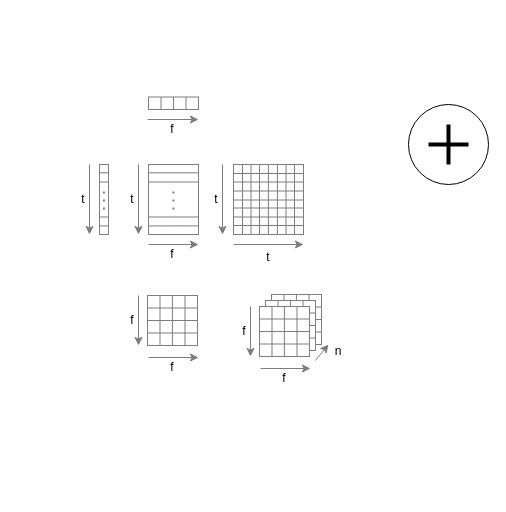
The draw.io diagram page "Base Figures" (1 of 4) of attention.drawio in OleguerCanal/diagrams, before the edit. Source tidied: cells renumbered, new cells numbered last; positions are measured from the earlier drawing's top-left corner, leaving out a move shared by most shapes. Both pictures are drawn from the tidied source at 100%, with x=0, y=0 at pixel (78, 96).
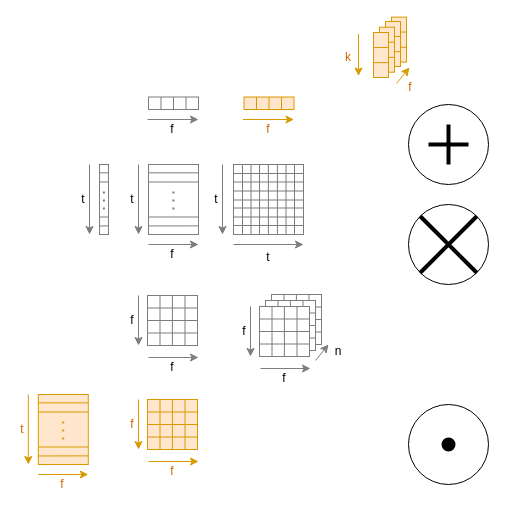
Above is the later version.

Change to the diagram source:
```diff
@@
+    <mxCell id="86" style="rounded=0;whiteSpace=wrap;html=1;strokeColor=#d79b00;fillColor=#ffe6cc;rotation=-90;" parent="1" vertex="1">
+      <mxGeometry x="298" y="-64.4" width="45" height="15" as="geometry" />
+    </mxCell>
+    <mxCell id="87" style="endArrow=none;html=1;rounded=0;entryX=0.33;entryY=0.021;entryDx=0;entryDy=0;strokeColor=#d79b00;fillColor=#ffe6cc;entryPerimeter=0;exitX=0.33;exitY=1.005;exitDx=0;exitDy=0;exitPerimeter=0;" parent="1" edge="1" source="86" target="86">
+      <mxGeometry relative="1" as="geometry" />
+    </mxCell>
+    <mxCell id="88" style="endArrow=none;html=1;rounded=0;strokeColor=#d79b00;fillColor=#ffe6cc;exitX=0.665;exitY=0.025;exitDx=0;exitDy=0;exitPerimeter=0;entryX=0.668;entryY=1.027;entryDx=0;entryDy=0;entryPerimeter=0;" parent="1" edge="1" source="86" target="86">
+      <mxGeometry relative="1" as="geometry" />
+    </mxCell>
+    <mxCell id="89" style="rounded=0;whiteSpace=wrap;html=1;strokeColor=#d79b00;fillColor=#ffe6cc;rotation=-90;" parent="1" vertex="1">
+      <mxGeometry x="292" y="-60" width="45" height="15" as="geometry" />
+    </mxCell>
+    <mxCell id="90" style="endArrow=none;html=1;rounded=0;entryX=0.33;entryY=0.021;entryDx=0;entryDy=0;strokeColor=#d79b00;fillColor=#ffe6cc;entryPerimeter=0;exitX=0.33;exitY=1.005;exitDx=0;exitDy=0;exitPerimeter=0;" parent="1" edge="1" source="89" target="89">
+      <mxGeometry relative="1" as="geometry" />
+    </mxCell>
+    <mxCell id="91" style="endArrow=none;html=1;rounded=0;strokeColor=#d79b00;fillColor=#ffe6cc;exitX=0.665;exitY=0.025;exitDx=0;exitDy=0;exitPerimeter=0;entryX=0.668;entryY=1.027;entryDx=0;entryDy=0;entryPerimeter=0;" parent="1" edge="1" source="89" target="89">
+      <mxGeometry relative="1" as="geometry" />
+    </mxCell>
+    <mxCell id="92" style="rounded=0;whiteSpace=wrap;html=1;strokeColor=#d79b00;fillColor=#ffe6cc;rotation=-90;" parent="1" vertex="1">
+      <mxGeometry x="286" y="-54.3" width="45" height="15" as="geometry" />
+    </mxCell>
+    <mxCell id="93" style="endArrow=none;html=1;rounded=0;entryX=0.33;entryY=0.021;entryDx=0;entryDy=0;strokeColor=#d79b00;fillColor=#ffe6cc;entryPerimeter=0;exitX=0.33;exitY=1.005;exitDx=0;exitDy=0;exitPerimeter=0;" parent="1" edge="1" source="92" target="92">
+      <mxGeometry relative="1" as="geometry" />
+    </mxCell>
+    <mxCell id="94" style="endArrow=none;html=1;rounded=0;strokeColor=#d79b00;fillColor=#ffe6cc;exitX=0.665;exitY=0.025;exitDx=0;exitDy=0;exitPerimeter=0;entryX=0.668;entryY=1.027;entryDx=0;entryDy=0;entryPerimeter=0;" parent="1" edge="1" source="92" target="92">
+      <mxGeometry relative="1" as="geometry" />
+    </mxCell>
@@
+    <mxCell id="95" style="ellipse;whiteSpace=wrap;html=1;fontColor=#004C99;" parent="1" vertex="1">
+      <mxGeometry x="330" y="108" width="80" height="80" as="geometry" />
+    </mxCell>
+    <mxCell id="96" style="endArrow=none;html=1;rounded=0;fontColor=#004C99;strokeWidth=4;entryX=1;entryY=0;entryDx=0;entryDy=0;exitX=0;exitY=1;exitDx=0;exitDy=0;" parent="1" edge="1" source="95" target="95">
+      <mxGeometry relative="1" as="geometry" />
+    </mxCell>
+    <mxCell id="97" style="endArrow=none;html=1;rounded=0;fontColor=#004C99;strokeWidth=4;exitX=0;exitY=0;exitDx=0;exitDy=0;entryX=1;entryY=1;entryDx=0;entryDy=0;" parent="1" edge="1" source="95" target="95">
+      <mxGeometry relative="1" as="geometry" />
+    </mxCell>
+    <mxCell id="98" style="ellipse;whiteSpace=wrap;html=1;fontColor=#004C99;" parent="1" vertex="1">
+      <mxGeometry x="330" y="308" width="80" height="80" as="geometry" />
+    </mxCell>
+    <mxCell id="99" style="ellipse;whiteSpace=wrap;html=1;rounded=1;shadow=0;glass=0;labelBackgroundColor=none;sketch=0;fontColor=#333333;fillColor=#000000;strokeWidth=4;" parent="1" vertex="1">
+      <mxGeometry x="365" y="343" width="10" height="10" as="geometry" />
+    </mxCell>
+    <mxCell id="100" style="rounded=0;whiteSpace=wrap;html=1;strokeColor=#d79b00;fillColor=#ffe6cc;" parent="1" vertex="1">
+      <mxGeometry x="165.5" y="0.5" width="50" height="12.5" as="geometry" />
+    </mxCell>
+    <mxCell id="101" style="endArrow=classic;html=1;rounded=0;strokeColor=#d79b00;fillColor=#ffe6cc;" parent="1" edge="1">
+      <mxGeometry relative="1" as="geometry">
+        <mxPoint x="164.5" y="23" as="sourcePoint" />
+        <mxPoint x="215.5" y="23" as="targetPoint" />
+      </mxGeometry>
+    </mxCell>
+    <mxCell id="102" value="f" style="text;html=1;strokeColor=none;fillColor=none;align=center;verticalAlign=middle;whiteSpace=wrap;rounded=0;fontColor=#CC6600;" parent="1" vertex="1">
+      <mxGeometry x="184.5" y="23" width="10" height="20" as="geometry" />
+    </mxCell>
+    <mxCell id="103" style="endArrow=none;html=1;rounded=0;entryX=0.25;entryY=1;entryDx=0;entryDy=0;exitX=0.25;exitY=0;exitDx=0;exitDy=0;strokeColor=#d79b00;fillColor=#ffe6cc;" parent="1" edge="1" source="100" target="100">
+      <mxGeometry relative="1" as="geometry" />
+    </mxCell>
+    <mxCell id="104" style="endArrow=none;html=1;rounded=0;entryX=0.5;entryY=1;entryDx=0;entryDy=0;strokeColor=#d79b00;exitX=0.5;exitY=0;exitDx=0;exitDy=0;fillColor=#ffe6cc;" parent="1" edge="1" source="100" target="100">
+      <mxGeometry relative="1" as="geometry" />
+    </mxCell>
+    <mxCell id="105" style="endArrow=none;html=1;rounded=0;entryX=0.75;entryY=1;entryDx=0;entryDy=0;exitX=0.75;exitY=0;exitDx=0;exitDy=0;strokeColor=#d79b00;fillColor=#ffe6cc;" parent="1" edge="1" source="100" target="100">
+      <mxGeometry relative="1" as="geometry" />
+    </mxCell>
+    <mxCell id="106" style="rounded=0;whiteSpace=wrap;html=1;strokeColor=#d79b00;fillColor=#ffe6cc;" parent="1" vertex="1">
+      <mxGeometry x="69" y="303" width="50" height="50" as="geometry" />
+    </mxCell>
+    <mxCell id="107" style="endArrow=classic;html=1;rounded=0;strokeColor=#d79b00;fillColor=#ffe6cc;" parent="1" edge="1">
+      <mxGeometry relative="1" as="geometry">
+        <mxPoint x="70" y="365" as="sourcePoint" />
+        <mxPoint x="120" y="365" as="targetPoint" />
+      </mxGeometry>
+    </mxCell>
+    <mxCell id="108" value="f" style="text;html=1;strokeColor=none;fillColor=none;align=center;verticalAlign=middle;whiteSpace=wrap;rounded=0;fontColor=#CC6600;" parent="1" vertex="1">
+      <mxGeometry x="89" y="365" width="10" height="20" as="geometry" />
+    </mxCell>
+    <mxCell id="109" style="endArrow=none;html=1;rounded=0;entryX=1;entryY=0.5;entryDx=0;entryDy=0;exitX=0;exitY=0.5;exitDx=0;exitDy=0;strokeColor=#d79b00;fillColor=#ffe6cc;" parent="1" edge="1" source="106" target="106">
+      <mxGeometry relative="1" as="geometry" />
+    </mxCell>
+    <mxCell id="110" style="endArrow=none;html=1;rounded=0;entryX=1;entryY=0.75;entryDx=0;entryDy=0;exitX=0;exitY=0.75;exitDx=0;exitDy=0;strokeColor=#d79b00;fillColor=#ffe6cc;" parent="1" edge="1" source="106" target="106">
+      <mxGeometry relative="1" as="geometry" />
+    </mxCell>
+    <mxCell id="111" style="endArrow=none;html=1;rounded=0;entryX=1;entryY=0.25;entryDx=0;entryDy=0;exitX=0;exitY=0.25;exitDx=0;exitDy=0;strokeColor=#d79b00;fillColor=#ffe6cc;" parent="1" edge="1" source="106" target="106">
+      <mxGeometry relative="1" as="geometry" />
+    </mxCell>
+    <mxCell id="112" style="endArrow=none;html=1;rounded=0;entryX=0.25;entryY=1;entryDx=0;entryDy=0;exitX=0.25;exitY=0;exitDx=0;exitDy=0;strokeColor=#d79b00;fillColor=#ffe6cc;" parent="1" edge="1" source="106" target="106">
+      <mxGeometry relative="1" as="geometry" />
+    </mxCell>
+    <mxCell id="113" style="endArrow=none;html=1;rounded=0;entryX=0.25;entryY=1;entryDx=0;entryDy=0;exitX=0.25;exitY=0;exitDx=0;exitDy=0;strokeColor=#d79b00;fillColor=#ffe6cc;" parent="1" edge="1">
+      <mxGeometry relative="1" as="geometry">
+        <mxPoint x="93.9" y="303" as="sourcePoint" />
+        <mxPoint x="93.9" y="353" as="targetPoint" />
+      </mxGeometry>
+    </mxCell>
+    <mxCell id="114" style="endArrow=none;html=1;rounded=0;entryX=0.75;entryY=1;entryDx=0;entryDy=0;exitX=0.75;exitY=0;exitDx=0;exitDy=0;strokeColor=#d79b00;fillColor=#ffe6cc;" parent="1" edge="1" source="106" target="106">
+      <mxGeometry relative="1" as="geometry" />
+    </mxCell>
+    <mxCell id="115" value="f" style="text;html=1;strokeColor=none;fillColor=none;align=center;verticalAlign=middle;whiteSpace=wrap;rounded=0;fontColor=#CC6600;" parent="1" vertex="1">
+      <mxGeometry x="49" y="318" width="10" height="20" as="geometry" />
+    </mxCell>
+    <mxCell id="116" style="endArrow=classic;html=1;rounded=0;strokeColor=#d79b00;fillColor=#ffe6cc;" parent="1" edge="1">
+      <mxGeometry relative="1" as="geometry">
+        <mxPoint x="60" y="303" as="sourcePoint" />
+        <mxPoint x="60" y="353" as="targetPoint" />
+      </mxGeometry>
+    </mxCell>
+    <mxCell id="117" style="rounded=0;whiteSpace=wrap;html=1;strokeColor=#d79b00;fillColor=#ffe6cc;" parent="1" vertex="1">
+      <mxGeometry x="-40.2" y="298" width="50" height="70" as="geometry" />
+    </mxCell>
+    <mxCell id="118" style="endArrow=none;html=1;rounded=0;entryX=1;entryY=0.25;entryDx=0;entryDy=0;exitX=0;exitY=0.25;exitDx=0;exitDy=0;strokeColor=#d79b00;fillColor=#ffe6cc;" parent="1" edge="1" source="117" target="117">
+      <mxGeometry relative="1" as="geometry" />
+    </mxCell>
+    <mxCell id="119" style="endArrow=none;html=1;rounded=0;entryX=1;entryY=0.75;entryDx=0;entryDy=0;exitX=0;exitY=0.75;exitDx=0;exitDy=0;strokeColor=#d79b00;fillColor=#ffe6cc;" parent="1" edge="1" source="117" target="117">
+      <mxGeometry relative="1" as="geometry" />
+    </mxCell>
+    <mxCell id="120" style="endArrow=none;html=1;rounded=0;exitX=-0.002;exitY=0.119;exitDx=0;exitDy=0;exitPerimeter=0;entryX=1.005;entryY=0.119;entryDx=0;entryDy=0;entryPerimeter=0;strokeColor=#d79b00;fillColor=#ffe6cc;" parent="1" edge="1" source="117" target="117">
+      <mxGeometry relative="1" as="geometry" />
+    </mxCell>
+    <mxCell id="121" style="endArrow=none;html=1;rounded=0;exitX=0.003;exitY=0.878;exitDx=0;exitDy=0;exitPerimeter=0;entryX=1.001;entryY=0.877;entryDx=0;entryDy=0;entryPerimeter=0;strokeColor=#d79b00;fillColor=#ffe6cc;" parent="1" edge="1" source="117" target="117">
+      <mxGeometry relative="1" as="geometry" />
+    </mxCell>
+    <mxCell id="122" style="endArrow=none;dashed=1;html=1;dashPattern=1 3;strokeWidth=2;rounded=0;strokeColor=#d79b00;fillColor=#ffe6cc;" parent="1" edge="1">
+      <mxGeometry relative="1" as="geometry">
+        <mxPoint x="-15.3" y="343" as="sourcePoint" />
+        <mxPoint x="-15.3" y="323" as="targetPoint" />
+        <Array as="points">
+          <mxPoint x="-15.3" y="343" />
+        </Array>
+      </mxGeometry>
+    </mxCell>
+    <mxCell id="123" style="endArrow=classic;html=1;rounded=0;strokeColor=#d79b00;fillColor=#ffe6cc;" parent="1" edge="1">
+      <mxGeometry relative="1" as="geometry">
+        <mxPoint x="-50.2" y="298" as="sourcePoint" />
+        <mxPoint x="-50.2" y="368" as="targetPoint" />
+      </mxGeometry>
+    </mxCell>
+    <mxCell id="124" style="endArrow=classic;html=1;rounded=0;strokeColor=#d79b00;fillColor=#ffe6cc;" parent="1" edge="1">
+      <mxGeometry relative="1" as="geometry">
+        <mxPoint x="-40.2" y="378" as="sourcePoint" />
+        <mxPoint x="9.8" y="378" as="targetPoint" />
+      </mxGeometry>
+    </mxCell>
+    <mxCell id="125" value="t" style="text;html=1;strokeColor=none;fillColor=none;align=center;verticalAlign=middle;whiteSpace=wrap;rounded=0;fontColor=#CC6600;" parent="1" vertex="1">
+      <mxGeometry x="-61.2" y="318" width="10" height="30" as="geometry" />
+    </mxCell>
+    <mxCell id="126" value="f" style="text;html=1;strokeColor=none;fillColor=none;align=center;verticalAlign=middle;whiteSpace=wrap;rounded=0;fontColor=#CC6600;" parent="1" vertex="1">
+      <mxGeometry x="-21.2" y="378" width="10" height="20" as="geometry" />
+    </mxCell>
+    <mxCell id="127" style="rounded=0;whiteSpace=wrap;html=1;strokeColor=#d79b00;fillColor=#ffe6cc;rotation=-90;" parent="1" vertex="1">
+      <mxGeometry x="280" y="-49" width="45" height="15" as="geometry" />
+    </mxCell>
+    <mxCell id="128" style="endArrow=classic;html=1;rounded=0;strokeColor=#d79b00;fillColor=#ffe6cc;" parent="1" edge="1">
+      <mxGeometry relative="1" as="geometry">
+        <mxPoint x="280" y="-62.5" as="sourcePoint" />
+        <mxPoint x="280" y="-20.5" as="targetPoint" />
+      </mxGeometry>
+    </mxCell>
+    <mxCell id="129" value="k" style="text;html=1;strokeColor=none;fillColor=none;align=center;verticalAlign=middle;whiteSpace=wrap;rounded=0;fontColor=#CC6600;" parent="1" vertex="1">
+      <mxGeometry x="265" y="-49" width="10" height="20" as="geometry" />
+    </mxCell>
+    <mxCell id="130" style="endArrow=none;html=1;rounded=0;entryX=0.33;entryY=0.021;entryDx=0;entryDy=0;strokeColor=#d79b00;fillColor=#ffe6cc;entryPerimeter=0;exitX=0.33;exitY=1.005;exitDx=0;exitDy=0;exitPerimeter=0;" parent="1" edge="1" source="127" target="127">
+      <mxGeometry relative="1" as="geometry" />
+    </mxCell>
+    <mxCell id="131" style="endArrow=none;html=1;rounded=0;strokeColor=#d79b00;fillColor=#ffe6cc;exitX=0.665;exitY=0.025;exitDx=0;exitDy=0;exitPerimeter=0;entryX=0.668;entryY=1.027;entryDx=0;entryDy=0;entryPerimeter=0;" parent="1" edge="1" source="127" target="127">
+      <mxGeometry relative="1" as="geometry" />
+    </mxCell>
+    <mxCell id="132" style="endArrow=classic;html=1;rounded=0;strokeColor=#d79b00;fillColor=#ffe6cc;" parent="1" edge="1">
+      <mxGeometry relative="1" as="geometry">
+        <mxPoint x="318" y="-13" as="sourcePoint" />
+        <mxPoint x="331" y="-29" as="targetPoint" />
+      </mxGeometry>
+    </mxCell>
+    <mxCell id="133" value="f" style="text;html=1;strokeColor=none;fillColor=none;align=center;verticalAlign=middle;whiteSpace=wrap;rounded=0;fontColor=#CC6600;" parent="1" vertex="1">
+      <mxGeometry x="327" y="-19.5" width="10" height="20" as="geometry" />
+    </mxCell>
```
